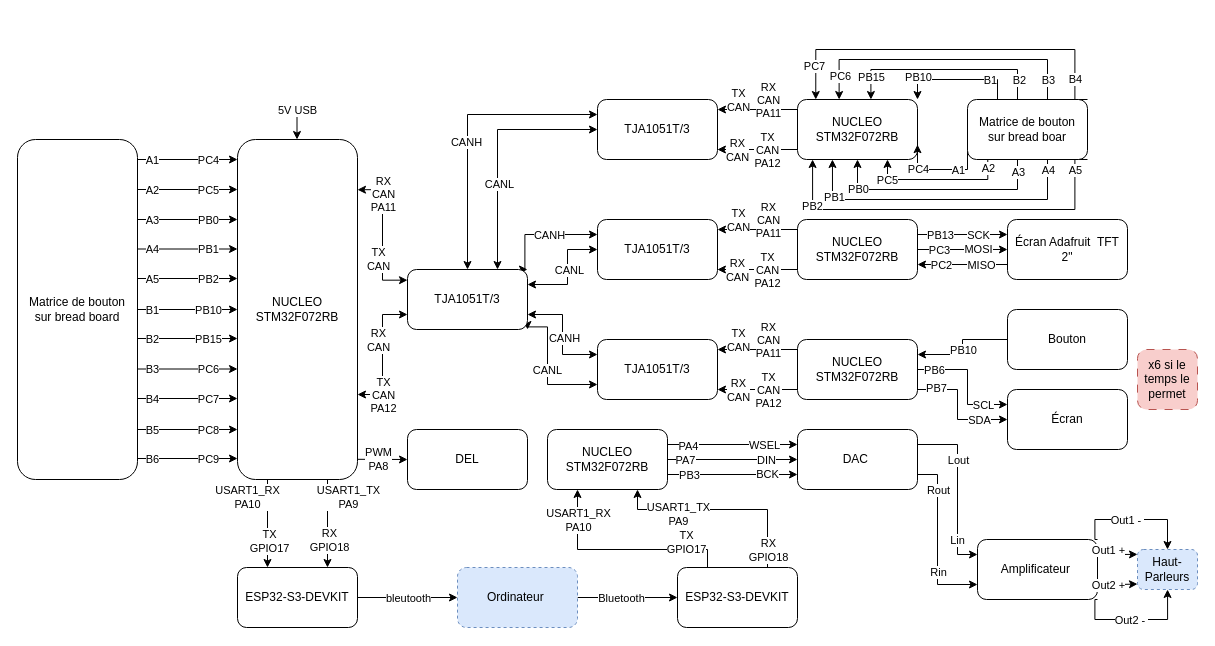
McJorts/Devoir keeps this draw.io diagram as Diagramme sans nom.drawio. Above is the earlier version. Source tidied: cells renumbered, new cells numbered last; positions are measured from the earlier drawing's top-left corner, leaving out a move shared by most shapes. Both pictures are drawn from the tidied source at 100%, with x=0, y=0 at pixel (17, 49).
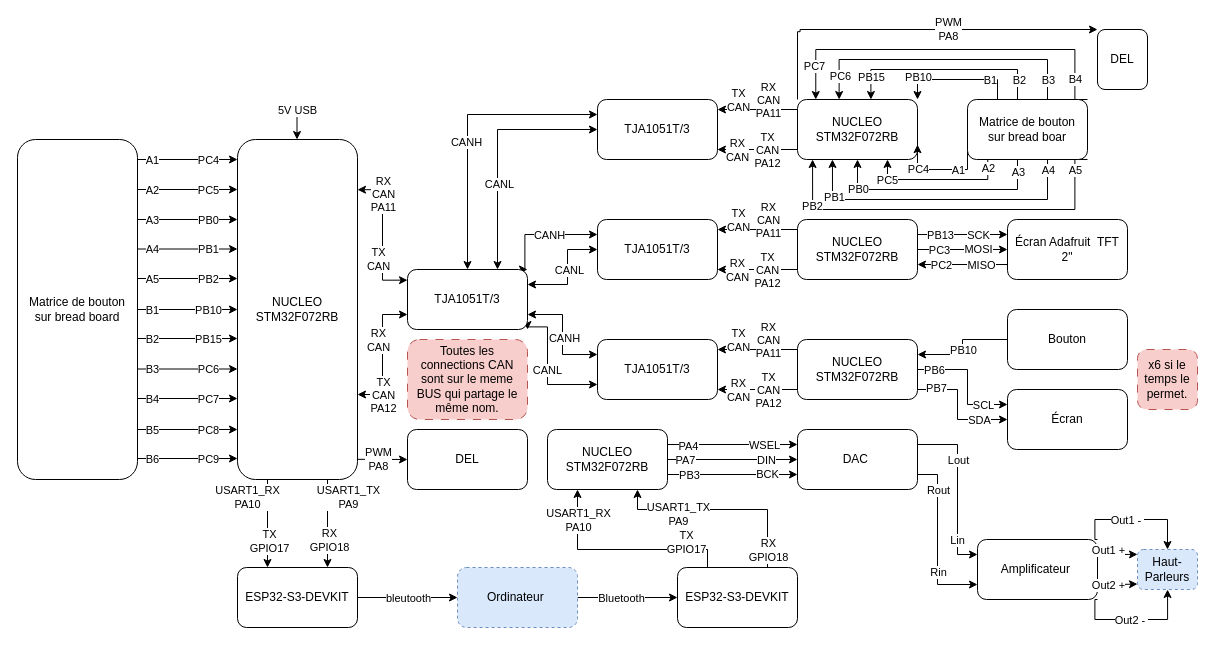
Above is the later version.

The change refers to these unchanged cells:
```xml
<mxCell id="19" style="endArrow=classic;html=1;rounded=0;exitX=1.005;exitY=0.945;exitDx=0;exitDy=0;entryX=0;entryY=0.5;entryDx=0;entryDy=0;" parent="1" edge="1" source="11" target="18">
  <mxGeometry x="0.46" relative="1" as="geometry" />
</mxCell>
<mxCell id="33" value="TJA1051T/3" style="rounded=1;whiteSpace=wrap;html=1;roundedPerimeter=1;" parent="1" vertex="1">
  <mxGeometry x="390" y="220" width="120" height="60" as="geometry" />
</mxCell>
<mxCell id="41" value="TJA1051T/3" style="rounded=1;whiteSpace=wrap;html=1;roundedPerimeter=1;" parent="1" vertex="1">
  <mxGeometry x="580" y="170" width="120" height="60" as="geometry" />
</mxCell>
<mxCell id="43" value="&lt;div&gt;NUCLEO&lt;/div&gt;&lt;div&gt;STM32F072RB&lt;/div&gt;" style="rounded=1;whiteSpace=wrap;html=1;roundedPerimeter=1;" parent="1" vertex="1">
  <mxGeometry x="780" y="50" width="120" height="60" as="geometry" />
</mxCell>
```

Diff of the diagram source:
```diff
@@
+    <mxCell id="180" style="edgeStyle=orthogonalEdgeStyle;rounded=0;jettySize=auto;html=1;exitX=0;exitY=0;exitDx=0;exitDy=0;entryX=0;entryY=0;entryDx=0;entryDy=0;" parent="1" edge="1" source="43" target="183">
+      <mxGeometry x="-0.04" relative="1" as="geometry">
+        <Array as="points">
+          <mxPoint x="782.6" y="-17.8" />
+        </Array>
+      </mxGeometry>
+    </mxCell>
@@
+    <mxCell id="181" value="&lt;div&gt;PWM&lt;/div&gt;PA8" style="edgeLabel;html=1;align=center;verticalAlign=middle;" parent="19" vertex="1">
+      <mxGeometry x="0.78" relative="1" as="geometry">
+        <mxPoint x="546" y="-430" as="offset" />
+      </mxGeometry>
+    </mxCell>
@@
     <mxCell id="27" style="edgeStyle=orthogonalEdgeStyle;rounded=0;jettySize=auto;html=1;exitX=1;exitY=0.25;exitDx=0;exitDy=0;entryX=0;entryY=0.5;entryDx=0;entryDy=0;startArrow=classic;startFill=1;" parent="1" edge="1" source="33" target="41">
-      <mxGeometry relative="1" as="geometry">
+      <mxGeometry x="0.01" relative="1" as="geometry">
         <Array as="points">
           <mxPoint x="550" y="235" />
           <mxPoint x="550" y="200" />
         </Array>
       </mxGeometry>
     </mxCell>
@@
-    <mxCell id="179" value="x6 si le temps le permet" style="rounded=1;whiteSpace=wrap;html=1;roundedPerimeter=1;fillColor=#f8cecc;strokeColor=#b85450;dashed=1;dashPattern=8 8;" parent="1" vertex="1">
+    <mxCell id="179" value="x6 si le temps le permet." style="rounded=1;whiteSpace=wrap;html=1;roundedPerimeter=1;fillColor=#f8cecc;strokeColor=#b85450;dashed=1;dashPattern=8 8;" parent="1" vertex="1">
       <mxGeometry x="1120" y="300" width="60" height="60" as="geometry" />
     </mxCell>
+    <mxCell id="182" value="Toutes les connections CAN sont sur le meme BUS qui partage le même nom." style="rounded=1;whiteSpace=wrap;html=1;roundedPerimeter=1;fillColor=#f8cecc;strokeColor=#b85450;dashed=1;dashPattern=8 8;" parent="1" vertex="1">
+      <mxGeometry x="390" y="290" width="120" height="80" as="geometry" />
+    </mxCell>
+    <mxCell id="183" value="DEL" style="rounded=1;whiteSpace=wrap;html=1;roundedPerimeter=1;" parent="1" vertex="1">
+      <mxGeometry x="1080" y="-20" width="50" height="60" as="geometry" />
+    </mxCell>
```
